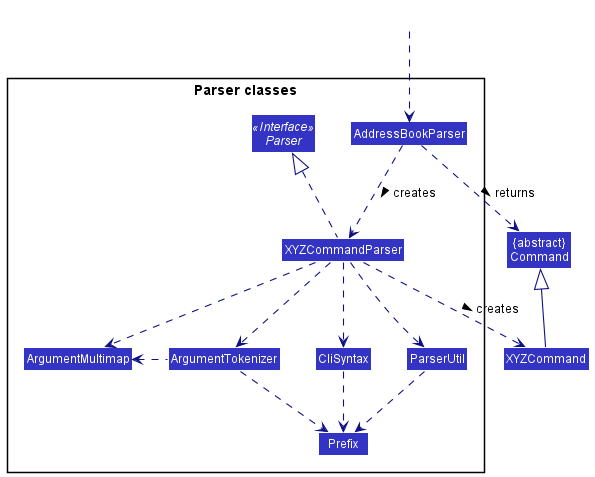
This is docs/diagrams/ParserClasses.png from rish-16/tp, a PlantUML export, as it was before one commit. Its diagram source:
```plantuml
@startuml
!include style.puml
skinparam arrowThickness 1.1
skinparam arrowColor LOGIC_COLOR_T4
skinparam classBackgroundColor LOGIC_COLOR

Class "{abstract}\nCommand" as Command
Class XYZCommand

package "Parser classes"{
Interface Parser <<Interface>>
Class AddressBookParser
Class XYZCommandParser
Class CliSyntax
Class ParserUtil
Class ArgumentMultimap
Class ArgumentTokenizer
Class Prefix
}

Class HiddenOutside #FFFFFF
HiddenOutside ..> AddressBookParser

AddressBookParser .down.> XYZCommandParser: creates >

XYZCommandParser ..> XYZCommand : creates >
AddressBookParser ..> Command : returns >
XYZCommandParser .up.|> Parser
XYZCommandParser ..> ArgumentMultimap
XYZCommandParser ..> ArgumentTokenizer
ArgumentTokenizer .left.> ArgumentMultimap
XYZCommandParser ..> CliSyntax
CliSyntax ..> Prefix
XYZCommandParser ..> ParserUtil
ParserUtil .down.> Prefix
ArgumentTokenizer .down.> Prefix
XYZCommand -up-|> Command
@enduml
```
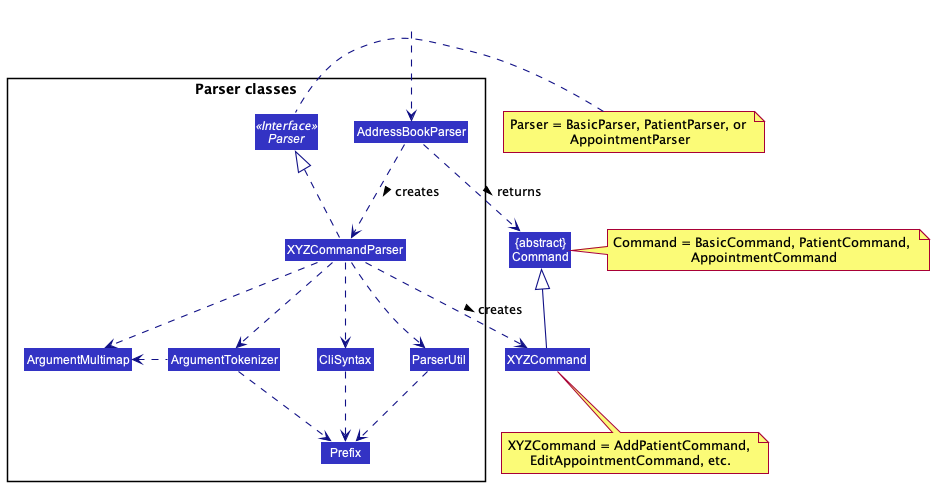
After the commit.

Diff of the diagram source:
```diff
@@ -18,6 +18,9 @@
 Class Prefix
 }
 
+note left of Parser: Parser = BasicParser, PatientParser, or \nAppointmentParser
+note bottom of XYZCommand: XYZCommand = AddPatientCommand, \nEditAppointmentCommand, etc.
+note right of Command: Command = BasicCommand, PatientCommand, \nAppointmentCommand
 Class HiddenOutside #FFFFFF
 HiddenOutside ..> AddressBookParser
 
```
